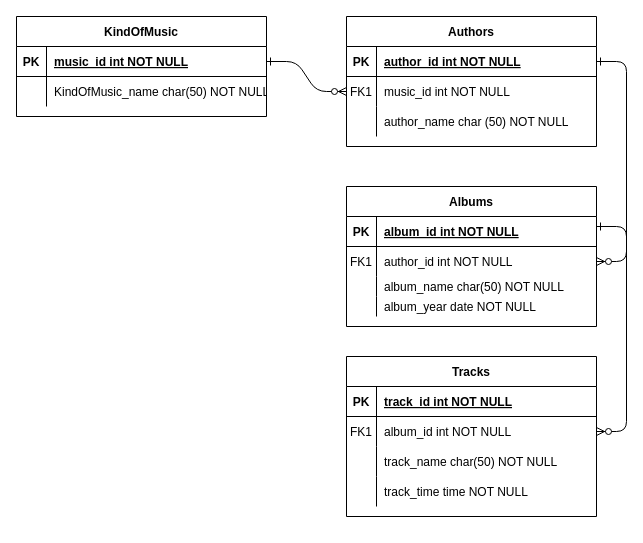
The draw.io diagram MusicStore_add.drawio in romiraxp/DBintruduction, before the edit. Source tidied: cells renumbered, new cells numbered last; positions are measured from the earlier drawing's top-left corner, leaving out a move shared by most shapes. Both pictures are drawn from the tidied source at 100%, with x=0, y=0 at pixel (16, 16).
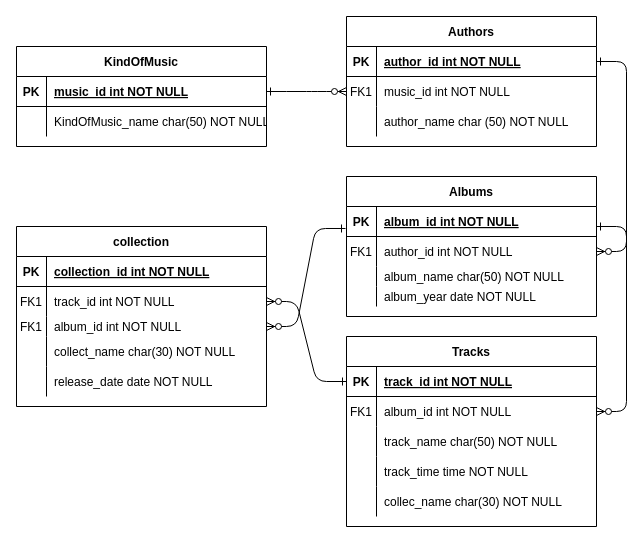
Above is the later version.

The change refers to these unchanged cells:
```xml
<mxCell id="15" style="shape=partialRectangle;fillColor=none;points=[[0,0.5],[1,0.5]];portConstraint=eastwest;top=0;left=0;right=0;bottom=1;" parent="14" vertex="1">
  <mxGeometry y="30" width="250" height="30" as="geometry" />
</mxCell>
<mxCell id="35" style="shape=partialRectangle;fillColor=none;points=[[0,0.5],[1,0.5]];portConstraint=eastwest;top=0;left=0;right=0;bottom=1;" parent="34" vertex="1">
  <mxGeometry y="30" width="250" height="30" as="geometry" />
</mxCell>
```

Change to the diagram source:
```diff
@@
     <mxCell id="14" value="Albums" style="shape=table;startSize=30;childLayout=tableLayout;rowLines=0;fontStyle=1;align=center;" parent="1" vertex="1">
-      <mxGeometry x="330" y="170" width="250" height="140" as="geometry" />
+      <mxGeometry x="330" y="160" width="250" height="140" as="geometry" />
     </mxCell>
@@
     <mxCell id="27" value="KindOfMusic" style="shape=table;startSize=30;childLayout=tableLayout;rowLines=0;fontStyle=1;align=center;" parent="1" vertex="1">
-      <mxGeometry width="250" height="100" as="geometry" />
+      <mxGeometry y="30" width="250" height="100" as="geometry" />
     </mxCell>
@@
     <mxCell id="34" value="Tracks" style="shape=table;startSize=30;childLayout=tableLayout;rowLines=0;fontStyle=1;align=center;" parent="1" vertex="1">
-      <mxGeometry x="330" y="340" width="250" height="160" as="geometry" />
+      <mxGeometry x="330" y="320" width="250" height="190" as="geometry" />
     </mxCell>
@@
+    <mxCell id="48" style="shape=partialRectangle;fillColor=none;top=0;left=0;right=0;bottom=0;" parent="34" vertex="1">
+      <mxGeometry y="150" width="250" height="30" as="geometry" />
+    </mxCell>
+    <mxCell id="49" style="shape=partialRectangle;overflow=hidden;fillColor=none;top=0;left=0;bottom=0;right=0;" parent="48" vertex="1">
+      <mxGeometry width="30" height="30" as="geometry" />
+    </mxCell>
+    <mxCell id="50" value="collec_name char(30) NOT NULL" style="shape=partialRectangle;overflow=hidden;fillColor=none;top=0;left=0;bottom=0;right=0;align=left;spacingLeft=6;" parent="48" vertex="1">
+      <mxGeometry x="30" width="220" height="30" as="geometry" />
+    </mxCell>
@@
+    <mxCell id="51" style="edgeStyle=entityRelationEdgeStyle;endArrow=ERzeroToMany;startArrow=ERone;endFill=1;startFill=0;exitX=0;exitY=0.5;exitDx=0;exitDy=0;" parent="1" edge="1" source="35" target="57">
+      <mxGeometry relative="1" as="geometry">
+        <Array as="points">
+          <mxPoint x="335" y="705" />
+        </Array>
+      </mxGeometry>
+    </mxCell>
+    <mxCell id="52" style="edgeStyle=entityRelationEdgeStyle;endArrow=ERzeroToMany;startArrow=ERone;endFill=1;startFill=0;exitX=-0.004;exitY=0.733;exitDx=0;exitDy=0;exitPerimeter=0;" parent="1" edge="1" source="15" target="60">
+      <mxGeometry relative="1" as="geometry">
+        <Array as="points">
+          <mxPoint x="310" y="685" />
+        </Array>
+      </mxGeometry>
+    </mxCell>
+    <mxCell id="53" value="collection" style="shape=table;startSize=30;childLayout=tableLayout;rowLines=0;fontStyle=1;align=center;" parent="1" vertex="1">
+      <mxGeometry y="210" width="250" height="180" as="geometry" />
+    </mxCell>
+    <mxCell id="54" style="shape=partialRectangle;fillColor=none;top=0;left=0;right=0;bottom=1;" parent="53" vertex="1">
+      <mxGeometry y="30" width="250" height="30" as="geometry" />
+    </mxCell>
+    <mxCell id="55" value="PK" style="shape=partialRectangle;overflow=hidden;fillColor=none;top=0;left=0;bottom=0;right=0;fontStyle=1;" parent="54" vertex="1">
+      <mxGeometry width="30" height="30" as="geometry" />
+    </mxCell>
+    <mxCell id="56" value="collection_id int NOT NULL" style="shape=partialRectangle;overflow=hidden;fillColor=none;top=0;left=0;bottom=0;right=0;align=left;spacingLeft=6;fontStyle=5;" parent="54" vertex="1">
+      <mxGeometry x="30" width="220" height="30" as="geometry" />
+    </mxCell>
+    <mxCell id="57" style="shape=partialRectangle;fillColor=none;points=[[0,0.5],[1,0.5]];portConstraint=eastwest;top=0;left=0;right=0;bottom=0;" parent="53" vertex="1">
+      <mxGeometry y="60" width="250" height="30" as="geometry" />
+    </mxCell>
+    <mxCell id="58" value="FK1" style="shape=partialRectangle;overflow=hidden;fillColor=none;top=0;left=0;bottom=0;right=0;" parent="57" vertex="1">
+      <mxGeometry width="30" height="30" as="geometry" />
+    </mxCell>
+    <mxCell id="59" value="track_id int NOT NULL" style="shape=partialRectangle;overflow=hidden;fillColor=none;top=0;left=0;bottom=0;right=0;align=left;spacingLeft=6;" parent="57" vertex="1">
+      <mxGeometry x="30" width="220" height="30" as="geometry" />
+    </mxCell>
+    <mxCell id="60" style="shape=partialRectangle;fillColor=none;points=[[0,0.5],[1,0.5]];portConstraint=eastwest;top=0;left=0;right=0;bottom=0;" parent="53" vertex="1">
+      <mxGeometry y="90" width="250" height="20" as="geometry" />
+    </mxCell>
+    <mxCell id="61" value="FK1" style="shape=partialRectangle;overflow=hidden;fillColor=none;top=0;left=0;bottom=0;right=0;" parent="60" vertex="1">
+      <mxGeometry width="30" height="20" as="geometry" />
+    </mxCell>
+    <mxCell id="62" value="album_id int NOT NULL" style="shape=partialRectangle;overflow=hidden;fillColor=none;top=0;left=0;bottom=0;right=0;align=left;spacingLeft=6;" parent="60" vertex="1">
+      <mxGeometry x="30" width="220" height="20" as="geometry" />
+    </mxCell>
+    <mxCell id="63" style="shape=partialRectangle;fillColor=none;top=0;left=0;right=0;bottom=0;" parent="53" vertex="1">
+      <mxGeometry y="110" width="250" height="30" as="geometry" />
+    </mxCell>
+    <mxCell id="64" style="shape=partialRectangle;overflow=hidden;fillColor=none;top=0;left=0;bottom=0;right=0;" parent="63" vertex="1">
+      <mxGeometry width="30" height="30" as="geometry" />
+    </mxCell>
+    <mxCell id="65" value="collect_name char(30) NOT NULL" style="shape=partialRectangle;overflow=hidden;fillColor=none;top=0;left=0;bottom=0;right=0;align=left;spacingLeft=6;" parent="63" vertex="1">
+      <mxGeometry x="30" width="220" height="30" as="geometry" />
+    </mxCell>
+    <mxCell id="66" style="shape=partialRectangle;fillColor=none;top=0;left=0;right=0;bottom=0;" parent="53" vertex="1">
+      <mxGeometry y="140" width="250" height="30" as="geometry" />
+    </mxCell>
+    <mxCell id="67" style="shape=partialRectangle;overflow=hidden;fillColor=none;top=0;left=0;bottom=0;right=0;" parent="66" vertex="1">
+      <mxGeometry width="30" height="30" as="geometry" />
+    </mxCell>
+    <mxCell id="68" value="release_date date NOT NULL" style="shape=partialRectangle;overflow=hidden;fillColor=none;top=0;left=0;bottom=0;right=0;align=left;spacingLeft=6;" parent="66" vertex="1">
+      <mxGeometry x="30" width="220" height="30" as="geometry" />
+    </mxCell>
```
